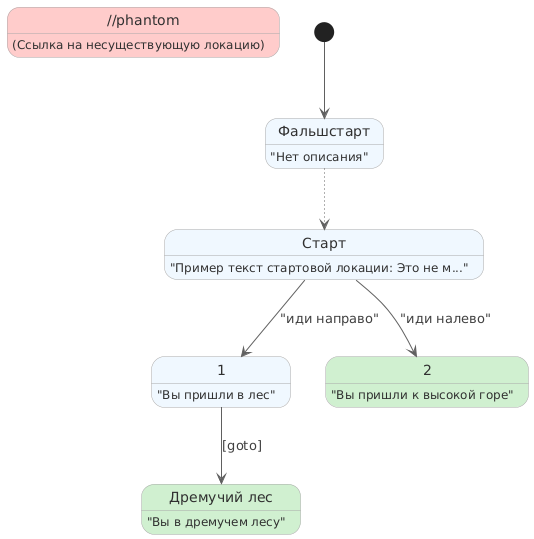
Before: tests/test.png, a diagram exported from PlantUML (teenbull/urq2puml).
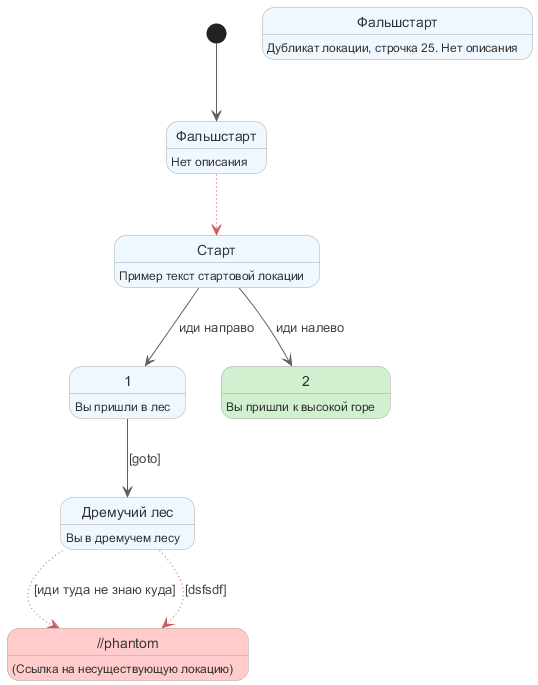
After the commit.

What changed in the source:
```diff
@@ -10,18 +10,22 @@
     ArrowFontColor #404040
 }
 state "Фальшстарт" as 0
-0: "Нет описания"
+0: Нет описания
 state "Старт" as 1
-1: "Пример текст стартовой локации: Это не м..."
-state "Дремучий лес" as 2 #d0f0d0
-2: "Вы в дремучем лесу"
+1: Пример текст стартовой локации
+state "Дремучий лес" as 2
+2: Вы в дремучем лесу
 state "1" as 3
-3: "Вы пришли в лес"
+3: Вы пришли в лес
 state "2" as 4 #d0f0d0
-4: "Вы пришли к высокой горе"
+4: Вы пришли к высокой горе
+state "Фальшстарт" as 5
+5: Дубликат локации, строчка 25. Нет описания
 [*] --> 0
-1 --> 3 : "иди направо"
-1 --> 4 : "иди налево"
-0 -[dotted]-> 1
+1 --> 3 : иди направо
+1 --> 4 : иди налево
+2 -[#CD5C5C,dotted]-> PHANTOM_NODE_URQ : [иди туда не знаю куда]
+0 -[#CD5C5C,dotted]-> 1
+2 -[#CD5C5C,dotted]-> PHANTOM_NODE_URQ : [dsfsdf]
 3 --> 2 : [goto]
 @enduml
```
